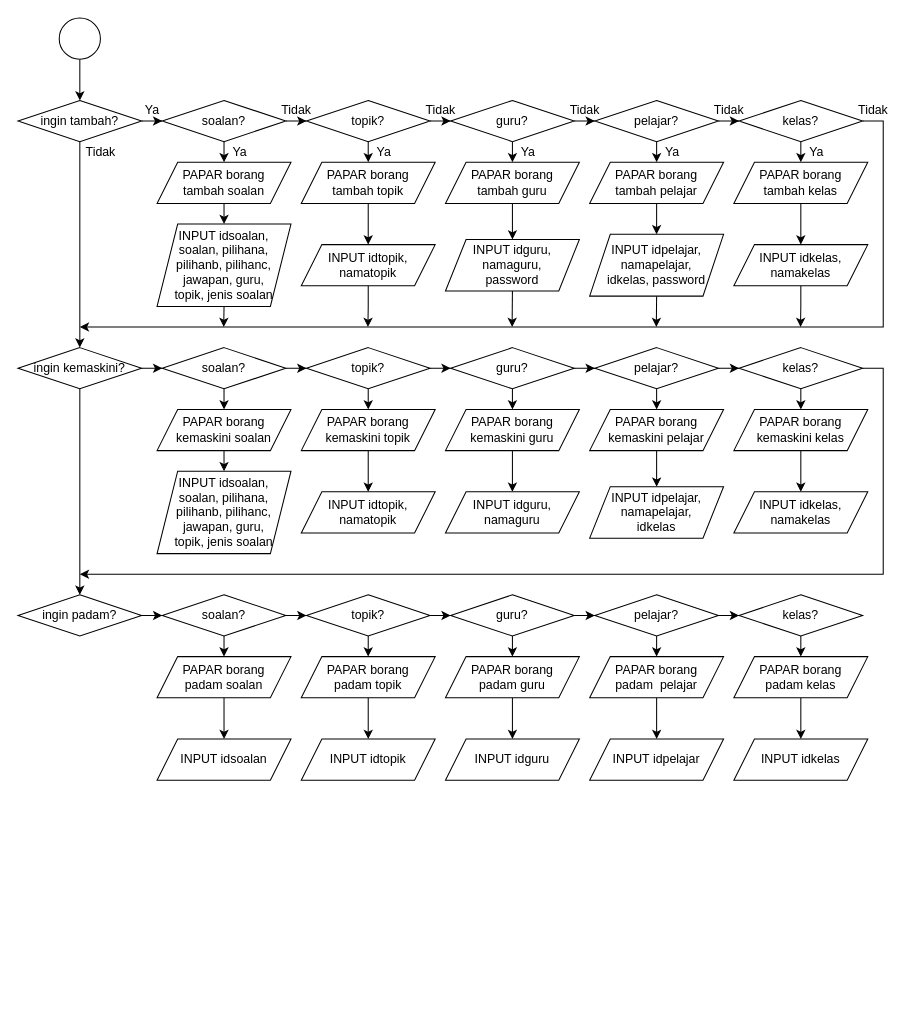
The draw.io diagram graphs/guru operations part 2.drawio in halouthere233/skkerjakursus2021private, before the edit. Source tidied: cells renumbered, new cells numbered last; positions are measured from the earlier drawing's top-left corner, leaving out a move shared by most shapes. Both pictures are drawn from the tidied source at 103%, with x=0, y=0 at pixel (18, 18).
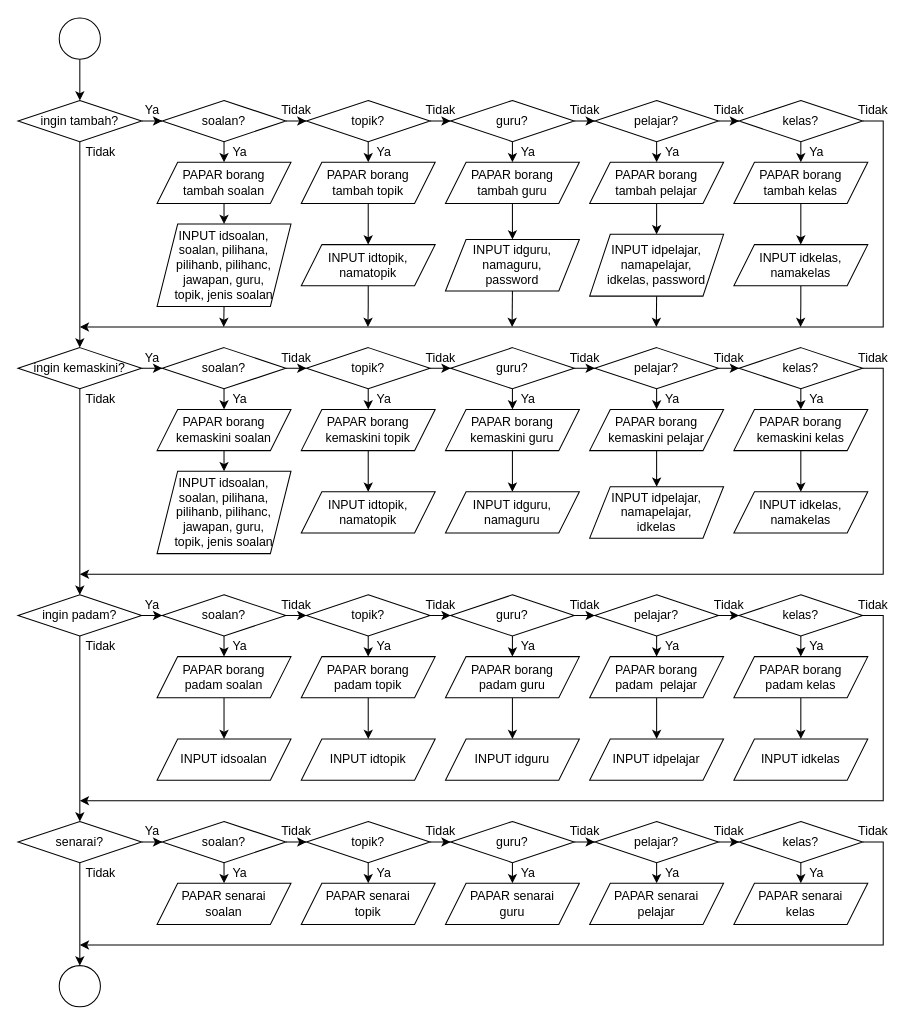
The same page after the edit.

The change refers to these unchanged cells:
```xml
<mxCell id="88" value="ingin padam?" style="rhombus;whiteSpace=wrap;html=1;" parent="1" vertex="1">
  <mxGeometry y="560" width="120" height="40" as="geometry" />
</mxCell>
<mxCell id="102" value="kelas?" style="rhombus;whiteSpace=wrap;html=1;" parent="1" vertex="1">
  <mxGeometry x="700" y="560" width="120" height="40" as="geometry" />
</mxCell>
```

Change to the diagram source:
```diff
@@
+    <mxCell id="118" style="edgeStyle=orthogonalEdgeStyle;rounded=0;jettySize=auto;html=1;exitX=0.5;exitY=1;exitDx=0;exitDy=0;entryX=0.5;entryY=0;entryDx=0;entryDy=0;" parent="1" edge="1" source="88" target="122">
+      <mxGeometry relative="1" as="geometry" />
+    </mxCell>
@@
+    <mxCell id="119" style="edgeStyle=orthogonalEdgeStyle;rounded=0;jettySize=auto;html=1;exitX=1;exitY=0.5;exitDx=0;exitDy=0;" parent="1" edge="1" source="102">
+      <mxGeometry relative="1" as="geometry">
+        <mxPoint x="60" y="760" as="targetPoint" />
+        <Array as="points">
+          <mxPoint x="840" y="580" />
+          <mxPoint x="840" y="760" />
+        </Array>
+      </mxGeometry>
+    </mxCell>
@@
+    <mxCell id="120" style="edgeStyle=orthogonalEdgeStyle;rounded=0;jettySize=auto;html=1;" parent="1" edge="1" source="122" target="125">
+      <mxGeometry relative="1" as="geometry" />
+    </mxCell>
+    <mxCell id="121" style="edgeStyle=orthogonalEdgeStyle;rounded=0;jettySize=auto;html=1;exitX=0.5;exitY=1;exitDx=0;exitDy=0;entryX=0.5;entryY=0;entryDx=0;entryDy=0;" parent="1" edge="1" source="122" target="143">
+      <mxGeometry relative="1" as="geometry" />
+    </mxCell>
+    <mxCell id="122" value="senarai?" style="rhombus;whiteSpace=wrap;html=1;" parent="1" vertex="1">
+      <mxGeometry y="780" width="120" height="40" as="geometry" />
+    </mxCell>
+    <mxCell id="123" style="edgeStyle=orthogonalEdgeStyle;rounded=0;jettySize=auto;html=1;" parent="1" edge="1" source="125" target="128">
+      <mxGeometry relative="1" as="geometry" />
+    </mxCell>
+    <mxCell id="124" style="edgeStyle=orthogonalEdgeStyle;rounded=0;jettySize=auto;html=1;exitX=0.5;exitY=1;exitDx=0;exitDy=0;entryX=0.5;entryY=0;entryDx=0;entryDy=0;" parent="1" edge="1" source="125" target="138">
+      <mxGeometry relative="1" as="geometry" />
+    </mxCell>
+    <mxCell id="125" value="soalan?" style="rhombus;whiteSpace=wrap;html=1;" parent="1" vertex="1">
+      <mxGeometry x="140" y="780" width="120" height="40" as="geometry" />
+    </mxCell>
+    <mxCell id="126" style="edgeStyle=orthogonalEdgeStyle;rounded=0;jettySize=auto;html=1;" parent="1" edge="1" source="128" target="131">
+      <mxGeometry relative="1" as="geometry" />
+    </mxCell>
+    <mxCell id="127" style="edgeStyle=orthogonalEdgeStyle;rounded=0;jettySize=auto;html=1;exitX=0.5;exitY=1;exitDx=0;exitDy=0;entryX=0.5;entryY=0;entryDx=0;entryDy=0;" parent="1" edge="1" source="128" target="139">
+      <mxGeometry relative="1" as="geometry" />
+    </mxCell>
+    <mxCell id="128" value="topik?" style="rhombus;whiteSpace=wrap;html=1;" parent="1" vertex="1">
+      <mxGeometry x="280" y="780" width="120" height="40" as="geometry" />
+    </mxCell>
+    <mxCell id="129" style="edgeStyle=orthogonalEdgeStyle;rounded=0;jettySize=auto;html=1;" parent="1" edge="1" source="131" target="134">
+      <mxGeometry relative="1" as="geometry" />
+    </mxCell>
+    <mxCell id="130" style="edgeStyle=orthogonalEdgeStyle;rounded=0;jettySize=auto;html=1;exitX=0.5;exitY=1;exitDx=0;exitDy=0;entryX=0.5;entryY=0;entryDx=0;entryDy=0;" parent="1" edge="1" source="131" target="140">
+      <mxGeometry relative="1" as="geometry" />
+    </mxCell>
+    <mxCell id="131" value="guru?" style="rhombus;whiteSpace=wrap;html=1;" parent="1" vertex="1">
+      <mxGeometry x="420" y="780" width="120" height="40" as="geometry" />
+    </mxCell>
+    <mxCell id="132" style="edgeStyle=orthogonalEdgeStyle;rounded=0;jettySize=auto;html=1;" parent="1" edge="1" source="134" target="137">
+      <mxGeometry relative="1" as="geometry" />
+    </mxCell>
+    <mxCell id="133" style="edgeStyle=orthogonalEdgeStyle;rounded=0;jettySize=auto;html=1;exitX=0.5;exitY=1;exitDx=0;exitDy=0;entryX=0.5;entryY=0;entryDx=0;entryDy=0;" parent="1" edge="1" source="134" target="141">
+      <mxGeometry relative="1" as="geometry" />
+    </mxCell>
+    <mxCell id="134" value="pelajar?" style="rhombus;whiteSpace=wrap;html=1;" parent="1" vertex="1">
+      <mxGeometry x="560" y="780" width="120" height="40" as="geometry" />
+    </mxCell>
+    <mxCell id="135" style="edgeStyle=orthogonalEdgeStyle;rounded=0;jettySize=auto;html=1;exitX=0.5;exitY=1;exitDx=0;exitDy=0;entryX=0.5;entryY=0;entryDx=0;entryDy=0;" parent="1" edge="1" source="137" target="142">
+      <mxGeometry relative="1" as="geometry" />
+    </mxCell>
+    <mxCell id="136" style="edgeStyle=orthogonalEdgeStyle;rounded=0;jettySize=auto;html=1;exitX=1;exitY=0.5;exitDx=0;exitDy=0;" parent="1" edge="1" source="137">
+      <mxGeometry relative="1" as="geometry">
+        <mxPoint x="60" y="900" as="targetPoint" />
+        <Array as="points">
+          <mxPoint x="840" y="800" />
+          <mxPoint x="840" y="900" />
+        </Array>
+      </mxGeometry>
+    </mxCell>
+    <mxCell id="137" value="kelas?" style="rhombus;whiteSpace=wrap;html=1;" parent="1" vertex="1">
+      <mxGeometry x="700" y="780" width="120" height="40" as="geometry" />
+    </mxCell>
+    <mxCell id="138" value="PAPAR senarai&lt;br&gt;soalan" style="shape=parallelogram;perimeter=parallelogramPerimeter;whiteSpace=wrap;html=1;fixedSize=1;" parent="1" vertex="1">
+      <mxGeometry x="135" y="840" width="130" height="40" as="geometry" />
+    </mxCell>
+    <mxCell id="139" value="PAPAR senarai&lt;br&gt;topik" style="shape=parallelogram;perimeter=parallelogramPerimeter;whiteSpace=wrap;html=1;fixedSize=1;" parent="1" vertex="1">
+      <mxGeometry x="275" y="840" width="130" height="40" as="geometry" />
+    </mxCell>
+    <mxCell id="140" value="PAPAR senarai&lt;br&gt;guru" style="shape=parallelogram;perimeter=parallelogramPerimeter;whiteSpace=wrap;html=1;fixedSize=1;" parent="1" vertex="1">
+      <mxGeometry x="415" y="840" width="130" height="40" as="geometry" />
+    </mxCell>
+    <mxCell id="141" value="PAPAR senarai&lt;br&gt;pelajar" style="shape=parallelogram;perimeter=parallelogramPerimeter;whiteSpace=wrap;html=1;fixedSize=1;" parent="1" vertex="1">
+      <mxGeometry x="555" y="840" width="130" height="40" as="geometry" />
+    </mxCell>
+    <mxCell id="142" value="PAPAR senarai&lt;br&gt;kelas" style="shape=parallelogram;perimeter=parallelogramPerimeter;whiteSpace=wrap;html=1;fixedSize=1;" parent="1" vertex="1">
+      <mxGeometry x="695" y="840" width="130" height="40" as="geometry" />
+    </mxCell>
+    <mxCell id="143" style="ellipse;whiteSpace=wrap;html=1;" parent="1" vertex="1">
+      <mxGeometry x="40" y="920" width="40" height="40" as="geometry" />
+    </mxCell>
+    <mxCell id="144" value="Tidak" style="text;html=1;align=center;verticalAlign=middle;strokeColor=none;fillColor=none;" parent="1" vertex="1">
+      <mxGeometry x="810" y="320" width="40" height="20" as="geometry" />
+    </mxCell>
+    <mxCell id="145" value="Ya" style="text;html=1;align=center;verticalAlign=middle;strokeColor=none;fillColor=none;" parent="1" vertex="1">
+      <mxGeometry x="760" y="360" width="30" height="20" as="geometry" />
+    </mxCell>
+    <mxCell id="146" value="Tidak" style="text;html=1;align=center;verticalAlign=middle;strokeColor=none;fillColor=none;" parent="1" vertex="1">
+      <mxGeometry x="670" y="320" width="40" height="20" as="geometry" />
+    </mxCell>
+    <mxCell id="147" value="Ya" style="text;html=1;align=center;verticalAlign=middle;strokeColor=none;fillColor=none;" parent="1" vertex="1">
+      <mxGeometry x="620" y="360" width="30" height="20" as="geometry" />
+    </mxCell>
+    <mxCell id="148" value="Tidak" style="text;html=1;align=center;verticalAlign=middle;strokeColor=none;fillColor=none;" parent="1" vertex="1">
+      <mxGeometry x="530" y="320" width="40" height="20" as="geometry" />
+    </mxCell>
+    <mxCell id="149" value="Ya" style="text;html=1;align=center;verticalAlign=middle;strokeColor=none;fillColor=none;" parent="1" vertex="1">
+      <mxGeometry x="480" y="360" width="30" height="20" as="geometry" />
+    </mxCell>
+    <mxCell id="150" value="Tidak" style="text;html=1;align=center;verticalAlign=middle;strokeColor=none;fillColor=none;" parent="1" vertex="1">
+      <mxGeometry x="390" y="320" width="40" height="20" as="geometry" />
+    </mxCell>
+    <mxCell id="151" value="Ya" style="text;html=1;align=center;verticalAlign=middle;strokeColor=none;fillColor=none;" parent="1" vertex="1">
+      <mxGeometry x="340" y="360" width="30" height="20" as="geometry" />
+    </mxCell>
+    <mxCell id="152" value="Tidak" style="text;html=1;align=center;verticalAlign=middle;strokeColor=none;fillColor=none;" parent="1" vertex="1">
+      <mxGeometry x="250" y="320" width="40" height="20" as="geometry" />
+    </mxCell>
+    <mxCell id="153" value="Ya" style="text;html=1;align=center;verticalAlign=middle;strokeColor=none;fillColor=none;" parent="1" vertex="1">
+      <mxGeometry x="200" y="360" width="30" height="20" as="geometry" />
+    </mxCell>
+    <mxCell id="154" value="Ya" style="text;html=1;align=center;verticalAlign=middle;strokeColor=none;fillColor=none;" parent="1" vertex="1">
+      <mxGeometry x="115" y="320" width="30" height="20" as="geometry" />
+    </mxCell>
+    <mxCell id="155" value="Tidak" style="text;html=1;align=center;verticalAlign=middle;strokeColor=none;fillColor=none;" parent="1" vertex="1">
+      <mxGeometry x="60" y="360" width="40" height="20" as="geometry" />
+    </mxCell>
+    <mxCell id="156" value="Tidak" style="text;html=1;align=center;verticalAlign=middle;strokeColor=none;fillColor=none;" parent="1" vertex="1">
+      <mxGeometry x="810" y="560" width="40" height="20" as="geometry" />
+    </mxCell>
+    <mxCell id="157" value="Ya" style="text;html=1;align=center;verticalAlign=middle;strokeColor=none;fillColor=none;" parent="1" vertex="1">
+      <mxGeometry x="760" y="600" width="30" height="20" as="geometry" />
+    </mxCell>
+    <mxCell id="158" value="Tidak" style="text;html=1;align=center;verticalAlign=middle;strokeColor=none;fillColor=none;" parent="1" vertex="1">
+      <mxGeometry x="670" y="560" width="40" height="20" as="geometry" />
+    </mxCell>
+    <mxCell id="159" value="Ya" style="text;html=1;align=center;verticalAlign=middle;strokeColor=none;fillColor=none;" parent="1" vertex="1">
+      <mxGeometry x="620" y="600" width="30" height="20" as="geometry" />
+    </mxCell>
+    <mxCell id="160" value="Tidak" style="text;html=1;align=center;verticalAlign=middle;strokeColor=none;fillColor=none;" parent="1" vertex="1">
+      <mxGeometry x="530" y="560" width="40" height="20" as="geometry" />
+    </mxCell>
+    <mxCell id="161" value="Ya" style="text;html=1;align=center;verticalAlign=middle;strokeColor=none;fillColor=none;" parent="1" vertex="1">
+      <mxGeometry x="480" y="600" width="30" height="20" as="geometry" />
+    </mxCell>
+    <mxCell id="162" value="Tidak" style="text;html=1;align=center;verticalAlign=middle;strokeColor=none;fillColor=none;" parent="1" vertex="1">
+      <mxGeometry x="390" y="560" width="40" height="20" as="geometry" />
+    </mxCell>
+    <mxCell id="163" value="Ya" style="text;html=1;align=center;verticalAlign=middle;strokeColor=none;fillColor=none;" parent="1" vertex="1">
+      <mxGeometry x="340" y="600" width="30" height="20" as="geometry" />
+    </mxCell>
+    <mxCell id="164" value="Tidak" style="text;html=1;align=center;verticalAlign=middle;strokeColor=none;fillColor=none;" parent="1" vertex="1">
+      <mxGeometry x="250" y="560" width="40" height="20" as="geometry" />
+    </mxCell>
+    <mxCell id="165" value="Ya" style="text;html=1;align=center;verticalAlign=middle;strokeColor=none;fillColor=none;" parent="1" vertex="1">
+      <mxGeometry x="200" y="600" width="30" height="20" as="geometry" />
+    </mxCell>
+    <mxCell id="166" value="Ya" style="text;html=1;align=center;verticalAlign=middle;strokeColor=none;fillColor=none;" parent="1" vertex="1">
+      <mxGeometry x="115" y="560" width="30" height="20" as="geometry" />
+    </mxCell>
+    <mxCell id="167" value="Tidak" style="text;html=1;align=center;verticalAlign=middle;strokeColor=none;fillColor=none;" parent="1" vertex="1">
+      <mxGeometry x="60" y="600" width="40" height="20" as="geometry" />
+    </mxCell>
+    <mxCell id="168" value="Tidak" style="text;html=1;align=center;verticalAlign=middle;strokeColor=none;fillColor=none;" parent="1" vertex="1">
+      <mxGeometry x="810" y="780" width="40" height="20" as="geometry" />
+    </mxCell>
+    <mxCell id="169" value="Ya" style="text;html=1;align=center;verticalAlign=middle;strokeColor=none;fillColor=none;" parent="1" vertex="1">
+      <mxGeometry x="760" y="820" width="30" height="20" as="geometry" />
+    </mxCell>
+    <mxCell id="170" value="Tidak" style="text;html=1;align=center;verticalAlign=middle;strokeColor=none;fillColor=none;" parent="1" vertex="1">
+      <mxGeometry x="670" y="780" width="40" height="20" as="geometry" />
+    </mxCell>
+    <mxCell id="171" value="Ya" style="text;html=1;align=center;verticalAlign=middle;strokeColor=none;fillColor=none;" parent="1" vertex="1">
+      <mxGeometry x="620" y="820" width="30" height="20" as="geometry" />
+    </mxCell>
+    <mxCell id="172" value="Tidak" style="text;html=1;align=center;verticalAlign=middle;strokeColor=none;fillColor=none;" parent="1" vertex="1">
+      <mxGeometry x="530" y="780" width="40" height="20" as="geometry" />
+    </mxCell>
+    <mxCell id="173" value="Ya" style="text;html=1;align=center;verticalAlign=middle;strokeColor=none;fillColor=none;" parent="1" vertex="1">
+      <mxGeometry x="480" y="820" width="30" height="20" as="geometry" />
+    </mxCell>
+    <mxCell id="174" value="Tidak" style="text;html=1;align=center;verticalAlign=middle;strokeColor=none;fillColor=none;" parent="1" vertex="1">
+      <mxGeometry x="390" y="780" width="40" height="20" as="geometry" />
+    </mxCell>
+    <mxCell id="175" value="Ya" style="text;html=1;align=center;verticalAlign=middle;strokeColor=none;fillColor=none;" parent="1" vertex="1">
+      <mxGeometry x="340" y="820" width="30" height="20" as="geometry" />
+    </mxCell>
+    <mxCell id="176" value="Tidak" style="text;html=1;align=center;verticalAlign=middle;strokeColor=none;fillColor=none;" parent="1" vertex="1">
+      <mxGeometry x="250" y="780" width="40" height="20" as="geometry" />
+    </mxCell>
+    <mxCell id="177" value="Ya" style="text;html=1;align=center;verticalAlign=middle;strokeColor=none;fillColor=none;" parent="1" vertex="1">
+      <mxGeometry x="200" y="820" width="30" height="20" as="geometry" />
+    </mxCell>
+    <mxCell id="178" value="Ya" style="text;html=1;align=center;verticalAlign=middle;strokeColor=none;fillColor=none;" parent="1" vertex="1">
+      <mxGeometry x="115" y="780" width="30" height="20" as="geometry" />
+    </mxCell>
+    <mxCell id="179" value="Tidak" style="text;html=1;align=center;verticalAlign=middle;strokeColor=none;fillColor=none;" parent="1" vertex="1">
+      <mxGeometry x="60" y="820" width="40" height="20" as="geometry" />
+    </mxCell>
```
